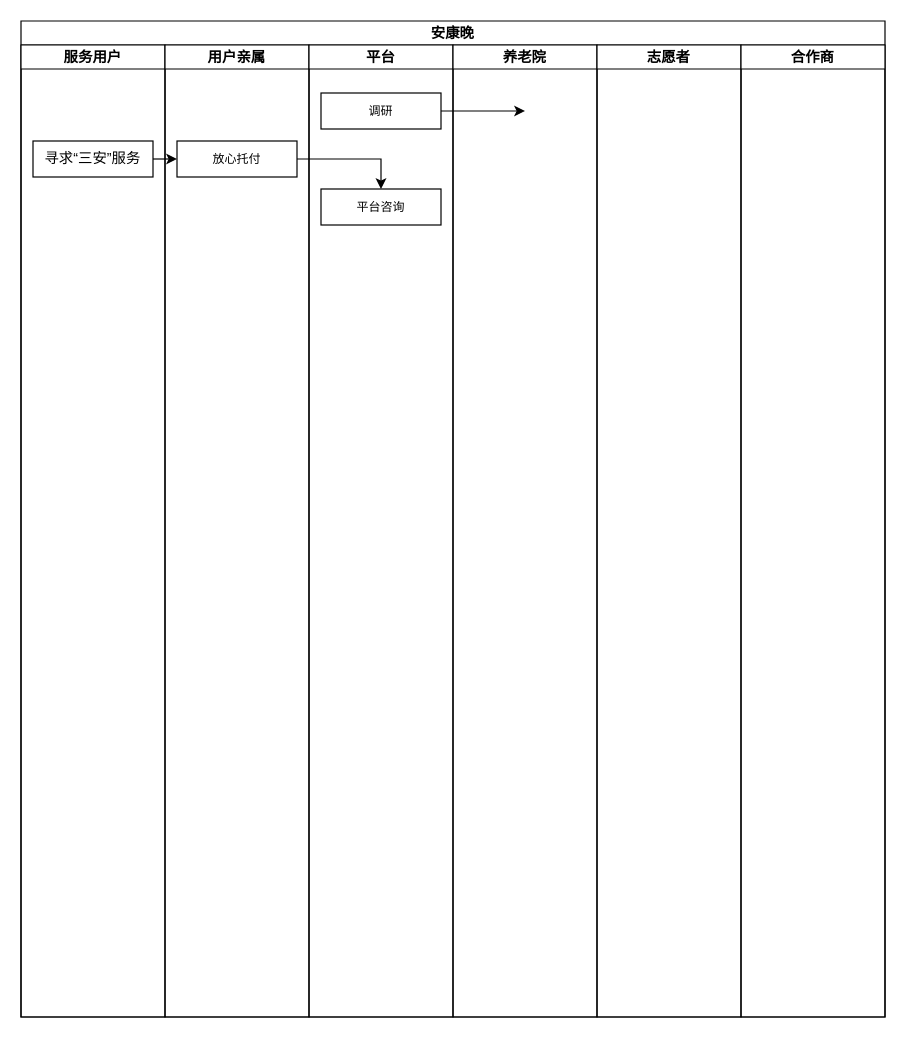
Earlier version of the draw.io diagram 泳道图.drawio (xqm32/3Chuang). Source tidied: cells renumbered, new cells numbered last; positions are measured from the earlier drawing's top-left corner, leaving out a move shared by most shapes. Both pictures are drawn from the tidied source at 120%, with x=0, y=0 at pixel (20, 20).
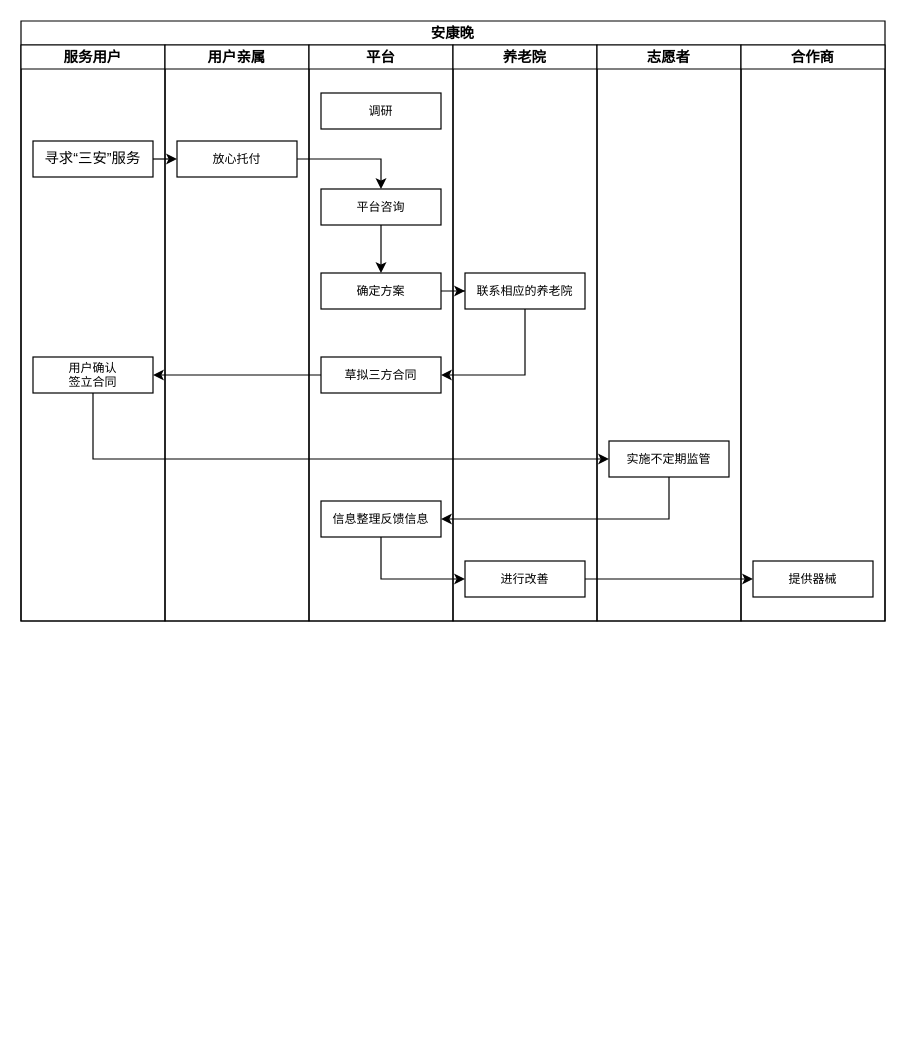
The same diagram, later.

Unchanged cells that the change refers to:
```xml
<mxCell id="8" value="平台咨询" style="rounded=0;whiteSpace=wrap;html=1;fontSize=10;" parent="7" vertex="1">
  <mxGeometry x="10" y="120" width="100" height="30" as="geometry" />
</mxCell>
<mxCell id="9" value="调研" style="rounded=0;whiteSpace=wrap;html=1;fontSize=10;" parent="7" vertex="1">
  <mxGeometry x="10" y="40" width="100" height="30" as="geometry" />
</mxCell>
```

Diff of the diagram source:
```diff
@@
     <mxCell id="2" value="安康晚" style="swimlane;startSize=20;" parent="1" vertex="1">
-      <mxGeometry width="720" height="830" as="geometry" />
+      <mxGeometry width="720" height="500" as="geometry" />
     </mxCell>
     <mxCell id="3" value="服务用户" style="swimlane;startSize=20;" parent="2" vertex="1">
-      <mxGeometry y="20" width="120" height="810" as="geometry" />
+      <mxGeometry y="20" width="120" height="480" as="geometry" />
     </mxCell>
@@
+    <mxCell id="16" value="用户确认&lt;br&gt;签立合同" style="rounded=0;whiteSpace=wrap;html=1;fontSize=10;" parent="3" vertex="1">
+      <mxGeometry x="10" y="260" width="100" height="30" as="geometry" />
+    </mxCell>
     <mxCell id="5" value="用户亲属" style="swimlane;startSize=20;" parent="2" vertex="1">
-      <mxGeometry x="120" y="20" width="120" height="810" as="geometry" />
+      <mxGeometry x="120" y="20" width="120" height="480" as="geometry" />
     </mxCell>
@@
     <mxCell id="7" value="平台" style="swimlane;startSize=20;" parent="2" vertex="1">
-      <mxGeometry x="240" y="20" width="120" height="810" as="geometry" />
+      <mxGeometry x="240" y="20" width="120" height="480" as="geometry" />
     </mxCell>
+    <mxCell id="17" style="edgeStyle=orthogonalEdgeStyle;rounded=0;jettySize=auto;html=1;exitX=0.5;exitY=1;exitDx=0;exitDy=0;entryX=0.5;entryY=0;entryDx=0;entryDy=0;" parent="7" edge="1" source="8" target="18">
+      <mxGeometry relative="1" as="geometry" />
+    </mxCell>
@@
+    <mxCell id="18" value="确定方案" style="rounded=0;whiteSpace=wrap;html=1;fontSize=10;" parent="7" vertex="1">
+      <mxGeometry x="10" y="190" width="100" height="30" as="geometry" />
+    </mxCell>
+    <mxCell id="19" value="草拟三方合同" style="rounded=0;whiteSpace=wrap;html=1;fontSize=10;" parent="7" vertex="1">
+      <mxGeometry x="10" y="260" width="100" height="30" as="geometry" />
+    </mxCell>
+    <mxCell id="20" value="信息整理反馈信息" style="rounded=0;whiteSpace=wrap;html=1;fontSize=10;" parent="7" vertex="1">
+      <mxGeometry x="10" y="380" width="100" height="30" as="geometry" />
+    </mxCell>
     <mxCell id="10" value="养老院" style="swimlane;startSize=20;" parent="2" vertex="1">
-      <mxGeometry x="360" y="20" width="120" height="810" as="geometry" />
+      <mxGeometry x="360" y="20" width="120" height="480" as="geometry" />
     </mxCell>
+    <mxCell id="21" value="联系相应的养老院" style="rounded=0;whiteSpace=wrap;html=1;fontSize=10;" parent="10" vertex="1">
+      <mxGeometry x="10" y="190" width="100" height="30" as="geometry" />
+    </mxCell>
+    <mxCell id="22" value="进行改善" style="rounded=0;whiteSpace=wrap;html=1;fontSize=10;" parent="10" vertex="1">
+      <mxGeometry x="10" y="430" width="100" height="30" as="geometry" />
+    </mxCell>
     <mxCell id="11" value="志愿者" style="swimlane;startSize=20;" parent="2" vertex="1">
-      <mxGeometry x="480" y="20" width="120" height="810" as="geometry" />
+      <mxGeometry x="480" y="20" width="120" height="480" as="geometry" />
     </mxCell>
+    <mxCell id="23" value="实施不定期监管" style="rounded=0;whiteSpace=wrap;html=1;fontSize=10;" parent="11" vertex="1">
+      <mxGeometry x="10" y="330" width="100" height="30" as="geometry" />
+    </mxCell>
     <mxCell id="12" value="合作商" style="swimlane;startSize=20;" parent="2" vertex="1">
-      <mxGeometry x="600" y="20" width="120" height="810" as="geometry" />
+      <mxGeometry x="600" y="20" width="120" height="480" as="geometry" />
     </mxCell>
+    <mxCell id="24" value="提供器械" style="rounded=0;whiteSpace=wrap;html=1;fontSize=10;" parent="12" vertex="1">
+      <mxGeometry x="10" y="430" width="100" height="30" as="geometry" />
+    </mxCell>
@@
-    <mxCell id="15" style="edgeStyle=orthogonalEdgeStyle;rounded=0;jettySize=auto;html=1;exitX=1;exitY=0.5;exitDx=0;exitDy=0;fontSize=10;" parent="1" edge="1" source="9">
-      <mxGeometry relative="1" as="geometry">
-        <mxPoint x="420" y="75" as="targetPoint" />
-      </mxGeometry>
-    </mxCell>
+    <mxCell id="25" style="edgeStyle=orthogonalEdgeStyle;rounded=0;jettySize=auto;html=1;exitX=1;exitY=0.5;exitDx=0;exitDy=0;" parent="2" edge="1" source="18" target="21">
+      <mxGeometry relative="1" as="geometry" />
+    </mxCell>
+    <mxCell id="26" style="edgeStyle=orthogonalEdgeStyle;rounded=0;jettySize=auto;html=1;exitX=0.5;exitY=1;exitDx=0;exitDy=0;entryX=1;entryY=0.5;entryDx=0;entryDy=0;" parent="2" edge="1" source="21" target="19">
+      <mxGeometry relative="1" as="geometry" />
+    </mxCell>
+    <mxCell id="27" style="edgeStyle=orthogonalEdgeStyle;rounded=0;jettySize=auto;html=1;exitX=0;exitY=0.5;exitDx=0;exitDy=0;" parent="2" edge="1" source="19" target="16">
+      <mxGeometry relative="1" as="geometry" />
+    </mxCell>
+    <mxCell id="28" style="edgeStyle=orthogonalEdgeStyle;rounded=0;jettySize=auto;html=1;exitX=0.5;exitY=1;exitDx=0;exitDy=0;entryX=0;entryY=0.5;entryDx=0;entryDy=0;" parent="2" edge="1" source="16" target="23">
+      <mxGeometry relative="1" as="geometry" />
+    </mxCell>
+    <mxCell id="29" style="edgeStyle=orthogonalEdgeStyle;rounded=0;jettySize=auto;html=1;exitX=0.5;exitY=1;exitDx=0;exitDy=0;entryX=1;entryY=0.5;entryDx=0;entryDy=0;" parent="2" edge="1" source="23" target="20">
+      <mxGeometry relative="1" as="geometry" />
+    </mxCell>
+    <mxCell id="30" style="edgeStyle=orthogonalEdgeStyle;rounded=0;jettySize=auto;html=1;exitX=0.5;exitY=1;exitDx=0;exitDy=0;entryX=0;entryY=0.5;entryDx=0;entryDy=0;" parent="2" edge="1" source="20" target="22">
+      <mxGeometry relative="1" as="geometry" />
+    </mxCell>
+    <mxCell id="31" style="edgeStyle=orthogonalEdgeStyle;rounded=0;jettySize=auto;html=1;exitX=1;exitY=0.5;exitDx=0;exitDy=0;entryX=0;entryY=0.5;entryDx=0;entryDy=0;" parent="2" edge="1" source="22" target="24">
+      <mxGeometry relative="1" as="geometry" />
+    </mxCell>
```
